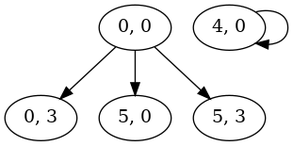
Earlier version of the Graphviz export sceau.png (samsoucoupe/concept-a-ia). Its source is kept beside it as sceau.dot. Source of this version:
```dot
digraph sceau {
	"0, 0" -> "0, 3"
	"0, 0" -> "5, 0"
	"0, 0" -> "5, 3"
	"4, 0" -> "4, 0"
}
```
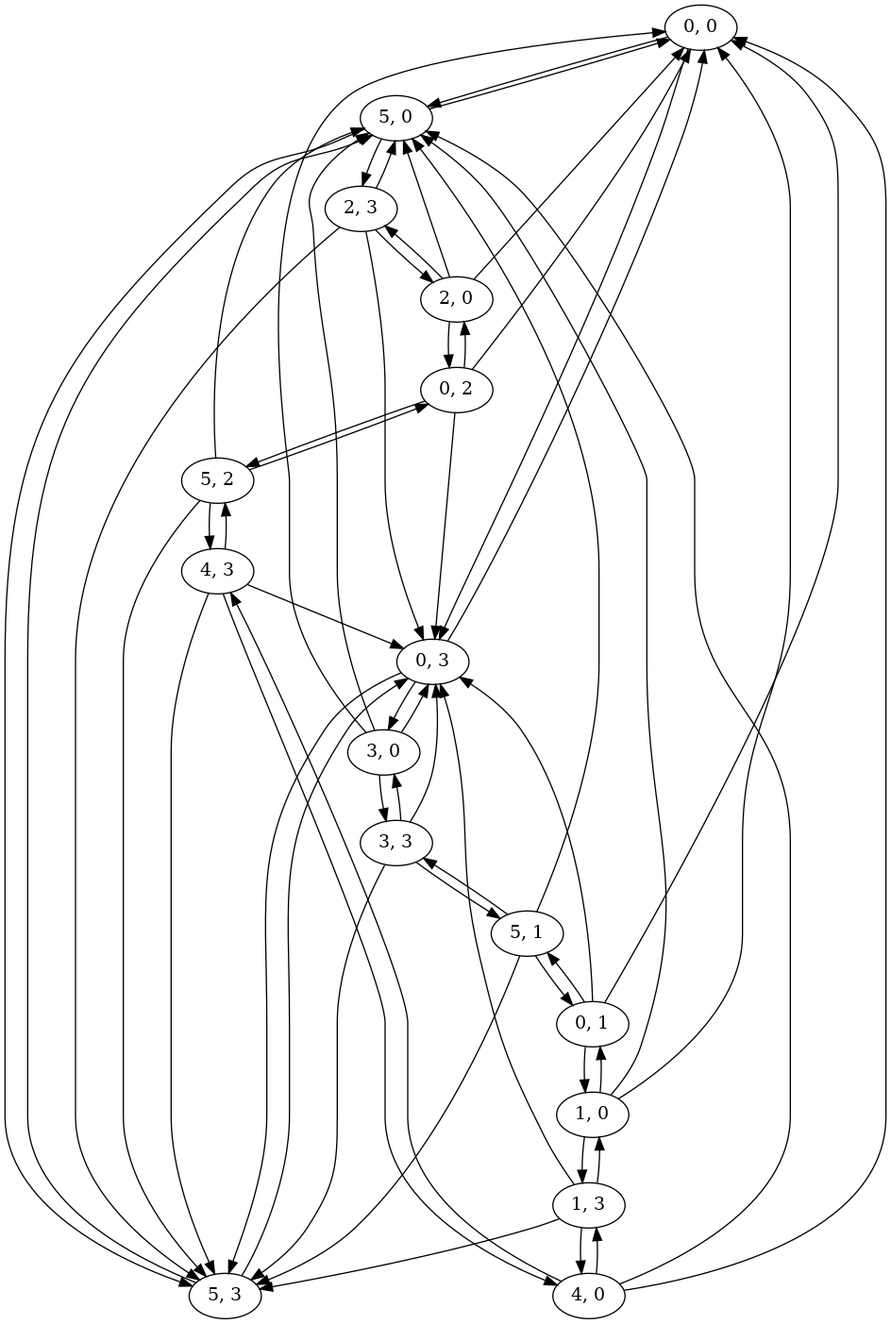
The same diagram one commit later.

Change to the diagram source:
```diff
@@ -1,6 +1,60 @@
 digraph sceau {
+	"0, 0" -> "5, 0"
 	"0, 0" -> "0, 3"
-	"0, 0" -> "5, 0"
-	"0, 0" -> "5, 3"
-	"4, 0" -> "4, 0"
+	"0, 3" -> "5, 3"
+	"0, 3" -> "0, 0"
+	"0, 3" -> "3, 0"
+	"3, 0" -> "0, 0"
+	"3, 0" -> "5, 0"
+	"3, 0" -> "0, 3"
+	"3, 0" -> "3, 3"
+	"3, 3" -> "0, 3"
+	"3, 3" -> "5, 3"
+	"3, 3" -> "3, 0"
+	"3, 3" -> "5, 1"
+	"5, 1" -> "0, 1"
+	"5, 1" -> "3, 3"
+	"5, 1" -> "5, 0"
+	"5, 1" -> "5, 3"
+	"5, 3" -> "0, 3"
+	"5, 3" -> "5, 0"
+	"5, 0" -> "0, 0"
+	"5, 0" -> "2, 3"
+	"5, 0" -> "5, 3"
+	"2, 3" -> "0, 3"
+	"2, 3" -> "5, 3"
+	"2, 3" -> "2, 0"
+	"2, 3" -> "5, 0"
+	"2, 0" -> "0, 0"
+	"2, 0" -> "5, 0"
+	"2, 0" -> "0, 2"
+	"2, 0" -> "2, 3"
+	"0, 2" -> "5, 2"
+	"0, 2" -> "0, 0"
+	"0, 2" -> "0, 3"
+	"0, 2" -> "2, 0"
+	"5, 2" -> "0, 2"
+	"5, 2" -> "4, 3"
+	"5, 2" -> "5, 0"
+	"5, 2" -> "5, 3"
+	"4, 3" -> "0, 3"
+	"4, 3" -> "5, 3"
+	"4, 3" -> "4, 0"
+	"4, 3" -> "5, 2"
+	"4, 0" -> "0, 0"
+	"4, 0" -> "5, 0"
+	"4, 0" -> "1, 3"
+	"4, 0" -> "4, 3"
+	"1, 3" -> "0, 3"
+	"1, 3" -> "5, 3"
+	"1, 3" -> "1, 0"
+	"1, 3" -> "4, 0"
+	"1, 0" -> "0, 0"
+	"1, 0" -> "5, 0"
+	"1, 0" -> "0, 1"
+	"1, 0" -> "1, 3"
+	"0, 1" -> "5, 1"
+	"0, 1" -> "0, 0"
+	"0, 1" -> "0, 3"
+	"0, 1" -> "1, 0"
 }
```
